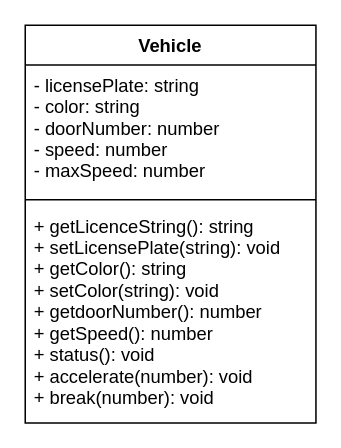
This is Unit2-05/classDiagram.drawio from Troy-Appleby/ICS4U-Unit2-Troy-Appleby, a draw.io file, before an edit. Source tidied: cells renumbered, new cells numbered last; positions are measured from the earlier drawing's top-left corner, leaving out a move shared by most shapes. Both pictures are drawn from the tidied source at 153%, with x=0, y=0 at pixel (24, 24).
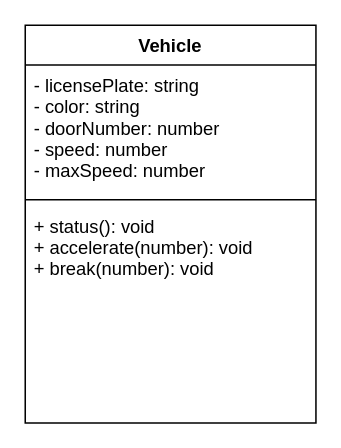
Above is the later version.

Change to the diagram source:
```diff
@@
 <mxGraphModel>
   <root>
     <mxCell id="0" />
     <mxCell id="1" parent="0" />
     <mxCell id="2" value="Vehicle" style="swimlane;fontStyle=1;align=center;verticalAlign=top;horizontal=1;startSize=26;" parent="1" vertex="1">
       <mxGeometry width="190" height="260" as="geometry" />
     </mxCell>
     <mxCell id="3" value="- licensePlate: string&#10;- color: string&#10;- doorNumber: number&#10;- speed: number&#10;- maxSpeed: number" style="text;strokeColor=none;fillColor=none;align=left;verticalAlign=top;spacingLeft=4;spacingRight=4;overflow=hidden;" parent="2" vertex="1">
       <mxGeometry y="26" width="190" height="84" as="geometry" />
     </mxCell>
     <mxCell id="4" style="line;strokeWidth=1;fillColor=none;align=left;verticalAlign=middle;spacingTop=-1;spacingLeft=3;spacingRight=3;labelPosition=right;" parent="2" vertex="1">
       <mxGeometry y="110" width="190" height="8" as="geometry" />
     </mxCell>
-    <mxCell id="5" value="+ getLicenceString(): string&#10;+ setLicensePlate(string): void&#10;+ getColor(): string&#10;+ setColor(string): void&#10;+ getdoorNumber(): number&#10;+ getSpeed(): number&#10;+ status(): void&#10;+ accelerate(number): void&#10;+ break(number): void" style="text;strokeColor=none;fillColor=none;align=left;verticalAlign=top;spacingLeft=4;spacingRight=4;overflow=hidden;" parent="2" vertex="1">
+    <mxCell id="5" value="+ status(): void&#10;+ accelerate(number): void&#10;+ break(number): void" style="text;strokeColor=none;fillColor=none;align=left;verticalAlign=top;spacingLeft=4;spacingRight=4;overflow=hidden;" parent="2" vertex="1">
       <mxGeometry y="118" width="190" height="142" as="geometry" />
     </mxCell>
   </root>
 </mxGraphModel>
```
